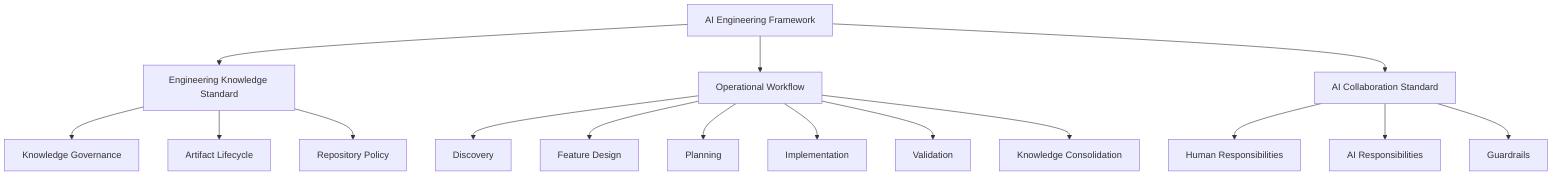
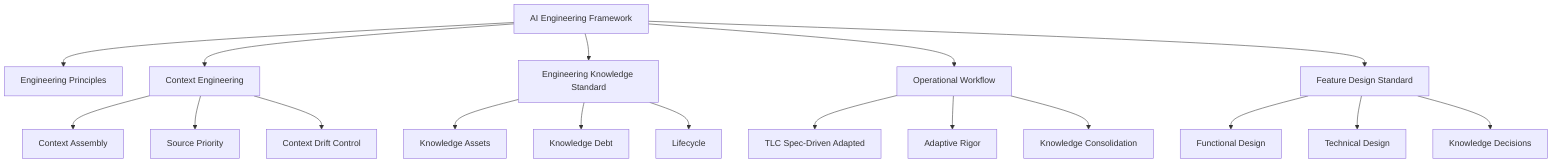
flowchart TD
-   A[AI Engineering Framework] --> B[Engineering Knowledge Standard]
-   A --> C[Operational Workflow]
-   A --> D[AI Collaboration Standard]
+   A[AI Engineering Framework] --> B[Engineering Principles]
+   A --> C[Context Engineering]
+   A --> D[Engineering Knowledge Standard]
+   A --> E[Operational Workflow]
+   A --> F[Feature Design Standard]

-   B --> B1[Knowledge Governance]
-   B --> B2[Artifact Lifecycle]
-   B --> B3[Repository Policy]
+   C --> C1[Context Assembly]
+   C --> C2[Source Priority]
+   C --> C3[Context Drift Control]

-   C --> C1[Discovery]
-   C --> C2[Feature Design]
-   C --> C3[Planning]
-   C --> C4[Implementation]
-   C --> C5[Validation]
-   C --> C6[Knowledge Consolidation]
+   D --> D1[Knowledge Assets]
+   D --> D2[Knowledge Debt]
+   D --> D3[Lifecycle]

-   D --> D1[Human Responsibilities]
-   D --> D2[AI Responsibilities]
-   D --> D3[Guardrails]
+   E --> E1[TLC Spec-Driven Adapted]
+   E --> E2[Adaptive Rigor]
+   E --> E3[Knowledge Consolidation]
+ 
+   F --> F1[Functional Design]
+   F --> F2[Technical Design]
+   F --> F3[Knowledge Decisions]
